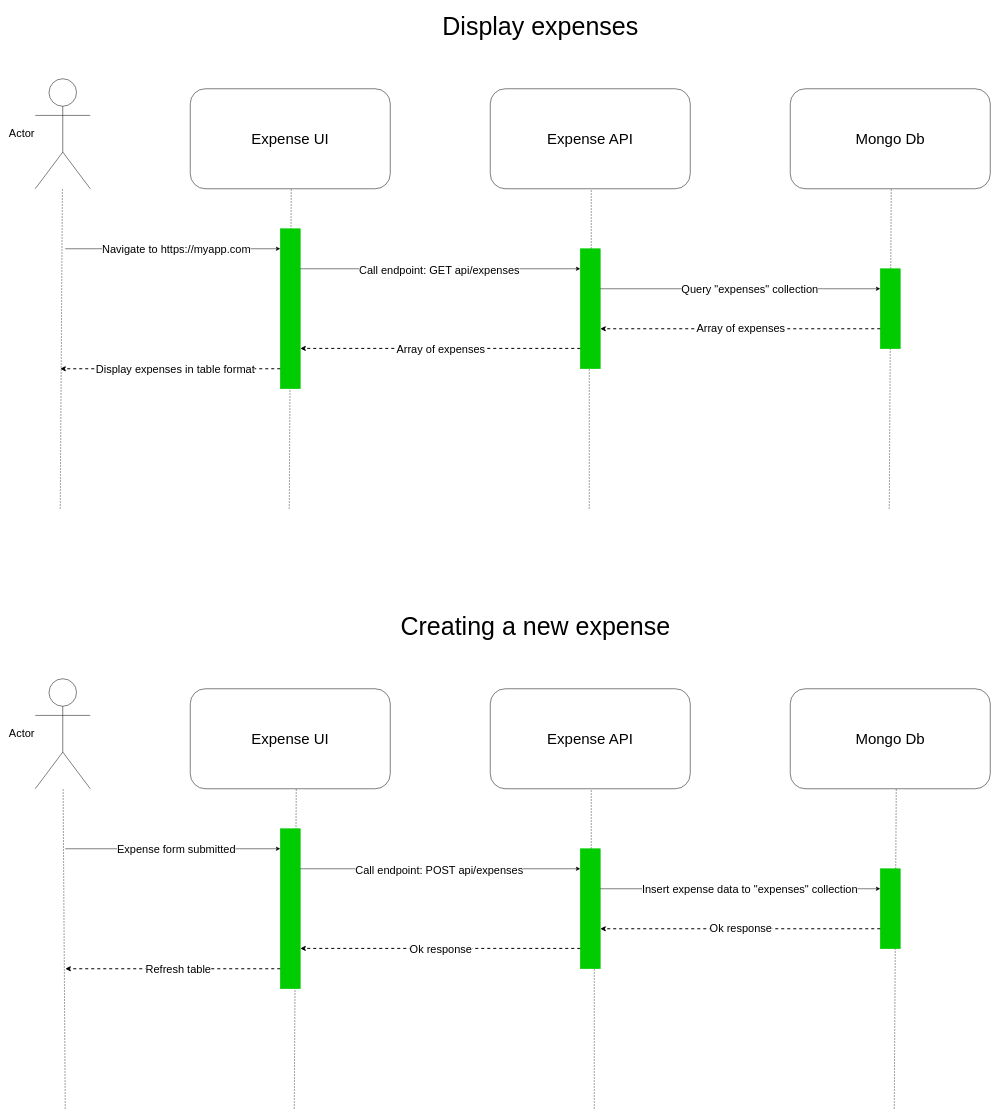
Above: Expense Tracker.drawio in suicodave/WorkshopExpenseAPI (draw.io), before the change. Source tidied: cells renumbered, new cells numbered last; positions are measured from the earlier drawing's top-left corner, leaving out a move shared by most shapes. Both pictures are drawn from the tidied source at 50%, with x=0, y=0 at pixel (35, 8).
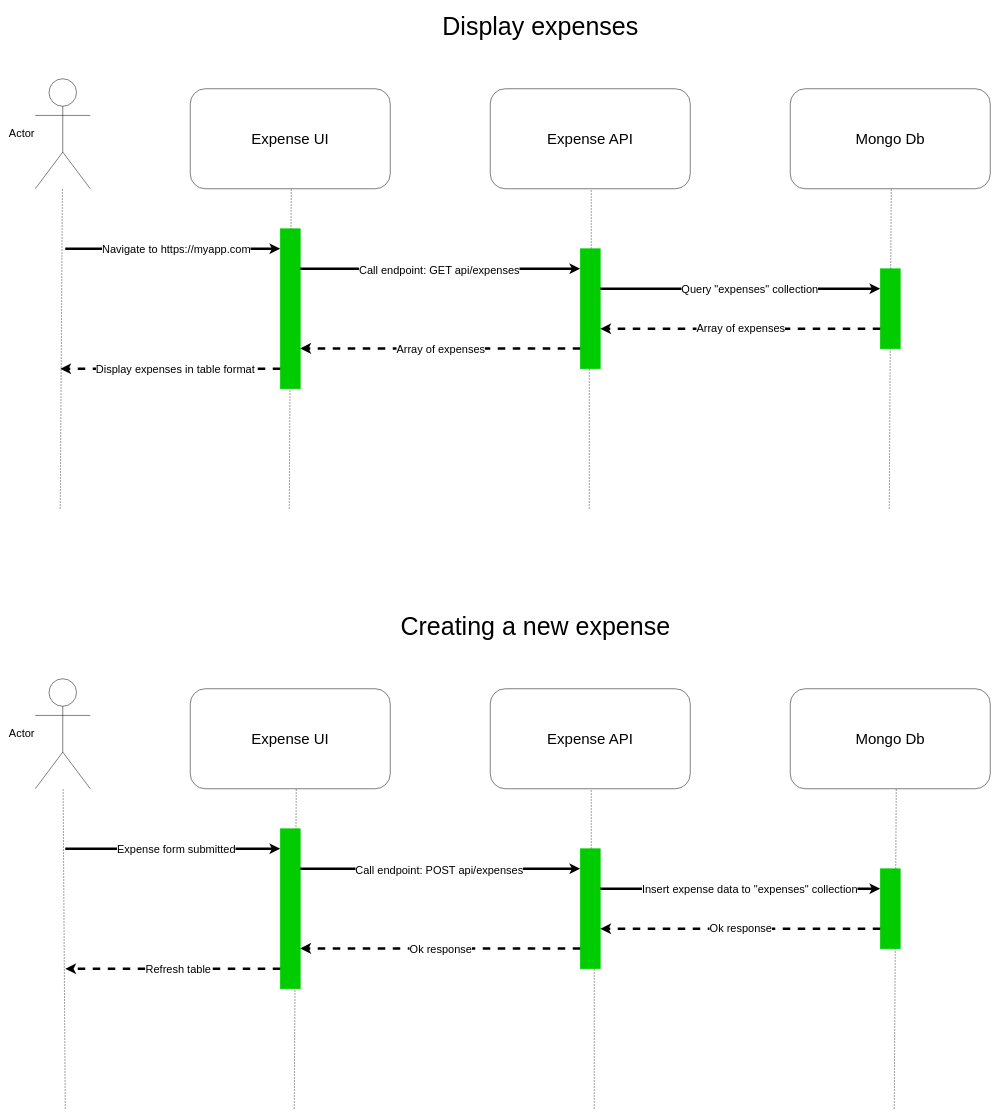
The same diagram, later.

Commit message:
Diagram adjust connector thickness

The change refers to these unchanged cells:
```xml
<mxCell id="12" style="html=1;points=[[0,0,0,0,5],[0,1,0,0,-5],[1,0,0,0,5],[1,1,0,0,-5]];perimeter=orthogonalPerimeter;outlineConnect=0;targetShapes=umlLifeline;portConstraint=eastwest;newEdgeStyle={&quot;curved&quot;:0,&quot;rounded&quot;:0};fontSize=13;perimeterSpacing=0;strokeWidth=1;fillColor=#00CC00;strokeColor=#00CC00;" parent="1" vertex="1">
  <mxGeometry x="490" y="440" width="40" height="320" as="geometry" />
</mxCell>
<mxCell id="16" style="html=1;points=[[0,0,0,0,5],[0,1,0,0,-5],[1,0,0,0,5],[1,1,0,0,-5]];perimeter=orthogonalPerimeter;outlineConnect=0;targetShapes=umlLifeline;portConstraint=eastwest;newEdgeStyle={&quot;curved&quot;:0,&quot;rounded&quot;:0};fontSize=13;perimeterSpacing=0;strokeWidth=1;fillColor=#00CC00;strokeColor=#00CC00;" parent="1" vertex="1">
  <mxGeometry x="1090" y="480" width="40" height="240" as="geometry" />
</mxCell>
<mxCell id="37" style="html=1;points=[[0,0,0,0,5],[0,1,0,0,-5],[1,0,0,0,5],[1,1,0,0,-5]];perimeter=orthogonalPerimeter;outlineConnect=0;targetShapes=umlLifeline;portConstraint=eastwest;newEdgeStyle={&quot;curved&quot;:0,&quot;rounded&quot;:0};fontSize=13;perimeterSpacing=0;strokeWidth=1;fillColor=#00CC00;strokeColor=#00CC00;" parent="1" vertex="1">
  <mxGeometry x="490" y="1640" width="40" height="320" as="geometry" />
</mxCell>
<mxCell id="41" style="html=1;points=[[0,0,0,0,5],[0,1,0,0,-5],[1,0,0,0,5],[1,1,0,0,-5]];perimeter=orthogonalPerimeter;outlineConnect=0;targetShapes=umlLifeline;portConstraint=eastwest;newEdgeStyle={&quot;curved&quot;:0,&quot;rounded&quot;:0};fontSize=13;perimeterSpacing=0;strokeWidth=1;fillColor=#00CC00;strokeColor=#00CC00;" parent="1" vertex="1">
  <mxGeometry x="1090" y="1680" width="40" height="240" as="geometry" />
</mxCell>
```

Diff of the diagram source:
```diff
@@
-    <mxCell id="10" style="endArrow=classic;html=1;rounded=0;flowAnimation=1;" parent="1" edge="1" target="12">
+    <mxCell id="10" style="endArrow=classic;html=1;rounded=0;flowAnimation=1;strokeWidth=5;" parent="1" edge="1" target="12">
       <mxGeometry relative="1" as="geometry">
         <mxPoint x="60" y="480" as="sourcePoint" />
       </mxGeometry>
     </mxCell>
@@
-    <mxCell id="13" style="endArrow=classic;html=1;rounded=0;flowAnimation=1;" parent="1" edge="1" target="16">
+    <mxCell id="13" style="endArrow=classic;html=1;rounded=0;flowAnimation=1;strokeWidth=5;" parent="1" edge="1" target="16">
       <mxGeometry relative="1" as="geometry">
         <mxPoint x="530" y="520" as="sourcePoint" />
       </mxGeometry>
     </mxCell>
@@
-    <mxCell id="17" style="endArrow=classic;html=1;rounded=0;flowAnimation=1;" parent="1" edge="1">
+    <mxCell id="17" style="endArrow=classic;html=1;rounded=0;flowAnimation=1;strokeWidth=5;" parent="1" edge="1">
       <mxGeometry relative="1" as="geometry">
         <mxPoint x="1130" y="560" as="sourcePoint" />
         <mxPoint x="1690" y="560" as="targetPoint" />
       </mxGeometry>
     </mxCell>
@@
-    <mxCell id="20" style="endArrow=classic;html=1;rounded=0;dashed=1;strokeWidth=2;flowAnimation=1;" parent="1" edge="1" target="16">
+    <mxCell id="20" style="endArrow=classic;html=1;rounded=0;dashed=1;strokeWidth=5;flowAnimation=1;" parent="1" edge="1" target="16">
       <mxGeometry relative="1" as="geometry">
         <mxPoint x="1690" y="640" as="sourcePoint" />
       </mxGeometry>
     </mxCell>
@@
-    <mxCell id="22" style="endArrow=classic;html=1;rounded=0;dashed=1;strokeWidth=2;flowAnimation=1;" parent="1" edge="1">
+    <mxCell id="22" style="endArrow=classic;html=1;rounded=0;dashed=1;strokeWidth=5;flowAnimation=1;" parent="1" edge="1">
       <mxGeometry relative="1" as="geometry">
         <mxPoint x="1090" y="679.3" as="sourcePoint" />
         <mxPoint x="530" y="679.3" as="targetPoint" />
       </mxGeometry>
     </mxCell>
@@
-    <mxCell id="24" style="endArrow=classic;html=1;rounded=0;dashed=1;strokeWidth=2;flowAnimation=1;" parent="1" edge="1">
+    <mxCell id="24" style="endArrow=classic;html=1;rounded=0;dashed=1;strokeWidth=5;flowAnimation=1;" parent="1" edge="1">
       <mxGeometry relative="1" as="geometry">
         <mxPoint x="490" y="720" as="sourcePoint" />
         <mxPoint x="50" y="720" as="targetPoint" />
       </mxGeometry>
     </mxCell>
@@
-    <mxCell id="35" style="endArrow=classic;html=1;rounded=0;flowAnimation=1;" parent="1" edge="1" target="37">
+    <mxCell id="35" style="endArrow=classic;html=1;rounded=0;flowAnimation=1;strokeWidth=5;" parent="1" edge="1" target="37">
       <mxGeometry relative="1" as="geometry">
         <mxPoint x="60" y="1680" as="sourcePoint" />
       </mxGeometry>
     </mxCell>
@@
-    <mxCell id="38" style="endArrow=classic;html=1;rounded=0;flowAnimation=1;" parent="1" edge="1" target="41">
+    <mxCell id="38" style="endArrow=classic;html=1;rounded=0;flowAnimation=1;strokeWidth=5;" parent="1" edge="1" target="41">
       <mxGeometry relative="1" as="geometry">
         <mxPoint x="530" y="1720" as="sourcePoint" />
       </mxGeometry>
     </mxCell>
@@
-    <mxCell id="42" style="endArrow=classic;html=1;rounded=0;flowAnimation=1;" parent="1" edge="1">
+    <mxCell id="42" style="endArrow=classic;html=1;rounded=0;flowAnimation=1;strokeWidth=5;" parent="1" edge="1">
       <mxGeometry relative="1" as="geometry">
         <mxPoint x="1130" y="1760" as="sourcePoint" />
         <mxPoint x="1690" y="1760" as="targetPoint" />
       </mxGeometry>
     </mxCell>
@@
-    <mxCell id="45" style="endArrow=classic;html=1;rounded=0;dashed=1;strokeWidth=2;flowAnimation=1;" parent="1" edge="1" target="41">
+    <mxCell id="45" style="endArrow=classic;html=1;rounded=0;dashed=1;strokeWidth=5;flowAnimation=1;" parent="1" edge="1" target="41">
       <mxGeometry relative="1" as="geometry">
         <mxPoint x="1690" y="1840" as="sourcePoint" />
       </mxGeometry>
     </mxCell>
@@
-    <mxCell id="47" style="endArrow=classic;html=1;rounded=0;dashed=1;strokeWidth=2;flowAnimation=1;" parent="1" edge="1">
+    <mxCell id="47" style="endArrow=classic;html=1;rounded=0;dashed=1;strokeWidth=5;flowAnimation=1;" parent="1" edge="1">
       <mxGeometry relative="1" as="geometry">
         <mxPoint x="1090" y="1879.3" as="sourcePoint" />
         <mxPoint x="530" y="1879.3" as="targetPoint" />
       </mxGeometry>
     </mxCell>
@@
-    <mxCell id="49" style="endArrow=classic;html=1;rounded=0;dashed=1;strokeWidth=2;flowAnimation=1;" parent="1" edge="1">
+    <mxCell id="49" style="endArrow=classic;html=1;rounded=0;dashed=1;strokeWidth=5;flowAnimation=1;" parent="1" edge="1">
       <mxGeometry relative="1" as="geometry">
         <mxPoint x="490" y="1920" as="sourcePoint" />
         <mxPoint x="60" y="1920" as="targetPoint" />
       </mxGeometry>
     </mxCell>
```
